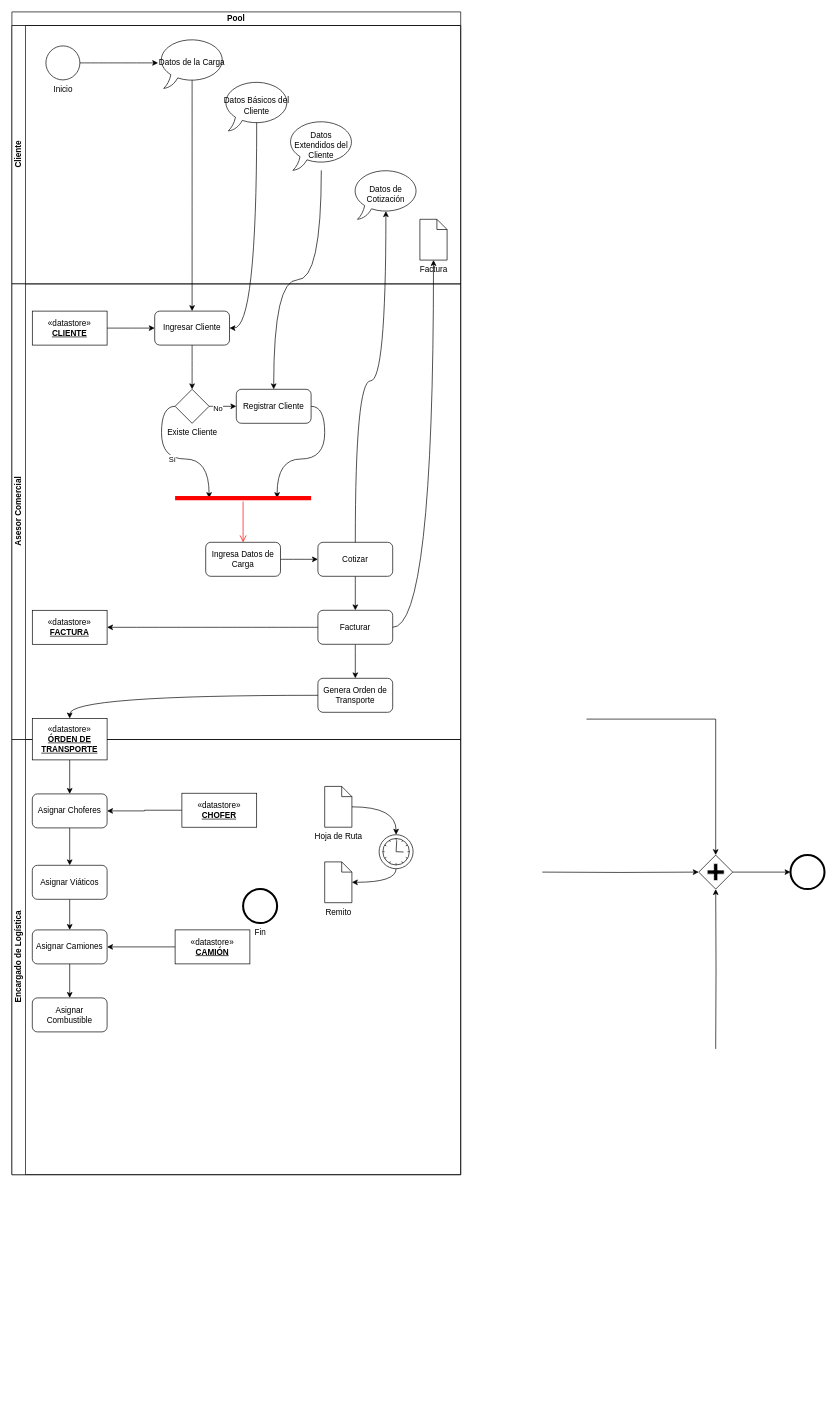
This is [MDS]/[Trabajo Final]/DrawIO/BPMN.drawio from zherar7ordoya/AP6, a draw.io file, before an edit. Source tidied: cells renumbered, new cells numbered last; positions are measured from the earlier drawing's top-left corner, leaving out a move shared by most shapes. Both pictures are drawn from the tidied source at 68%, with x=0, y=0 at pixel (12, 12).
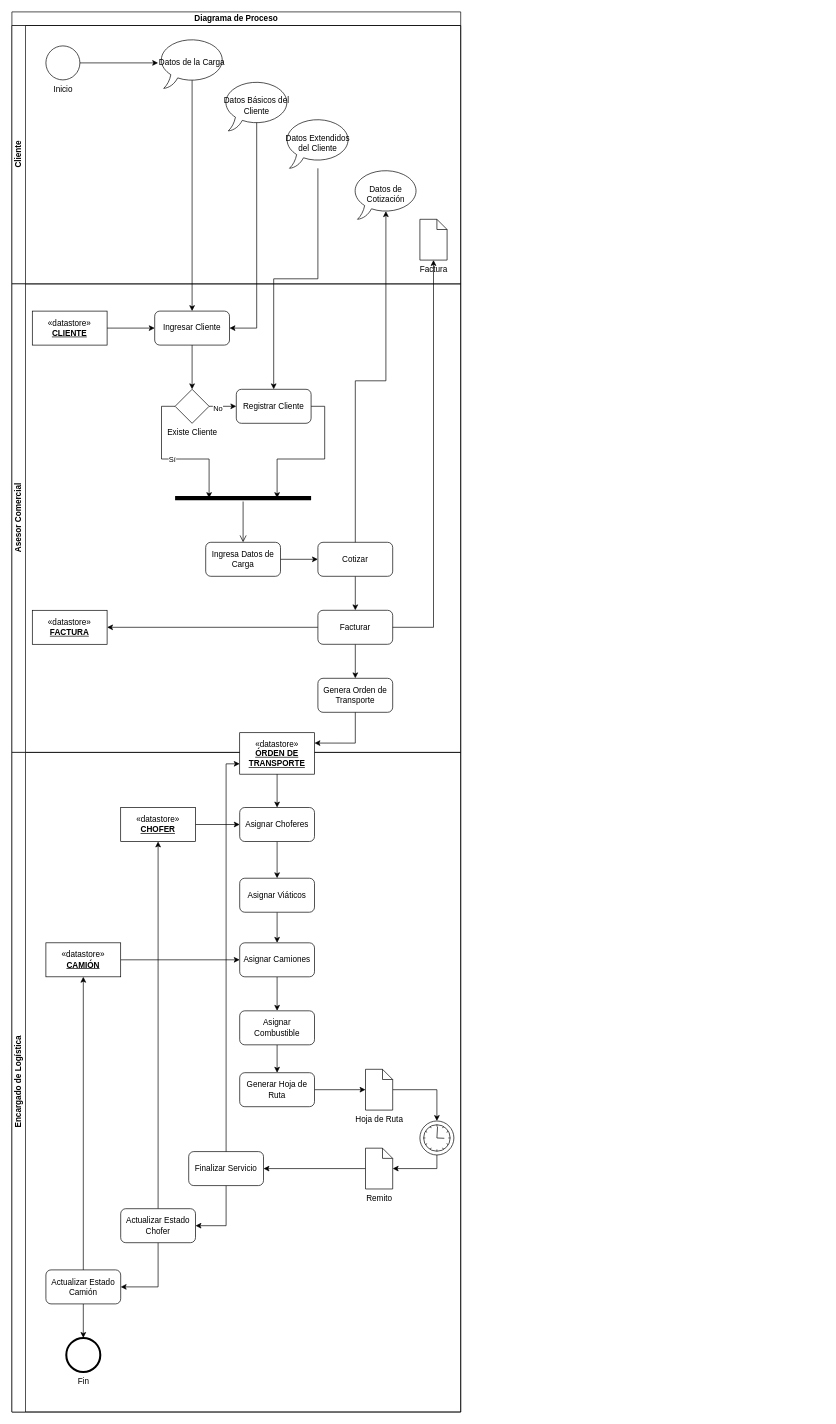
The same page after the edit.

Unchanged cells that the change refers to:
```xml
<mxCell id="9" value="Cliente" style="swimlane;html=1;startSize=20;horizontal=0;" parent="8" vertex="1">
  <mxGeometry y="20" width="660" height="380" as="geometry" />
</mxCell>
<mxCell id="11" value="Inicio" style="shape=mxgraph.bpmn.shape;html=1;verticalLabelPosition=bottom;labelBackgroundColor=#ffffff;verticalAlign=top;perimeter=ellipsePerimeter;outline=standard;symbol=general;" parent="9" vertex="1">
  <mxGeometry x="50" y="30" width="50" height="50" as="geometry" />
</mxCell>
<mxCell id="12" value="Datos de la Carga" style="whiteSpace=wrap;html=1;shape=mxgraph.basic.oval_callout;" parent="9" vertex="1">
  <mxGeometry x="215" y="17.5" width="100" height="75" as="geometry" />
</mxCell>
<mxCell id="14" value="Datos Básicos del Cliente" style="whiteSpace=wrap;html=1;shape=mxgraph.basic.oval_callout;" parent="9" vertex="1">
  <mxGeometry x="310" y="80" width="100" height="75" as="geometry" />
</mxCell>
<mxCell id="15" value="Factura" style="shape=mxgraph.bpmn.data;labelPosition=center;verticalLabelPosition=bottom;align=center;verticalAlign=top;size=15;html=1;" parent="9" vertex="1">
  <mxGeometry x="600" y="285" width="40" height="60" as="geometry" />
</mxCell>
<mxCell id="16" value="Datos de Cotización" style="whiteSpace=wrap;html=1;shape=mxgraph.basic.oval_callout;" parent="9" vertex="1">
  <mxGeometry x="500" y="210" width="100" height="75" as="geometry" />
</mxCell>
<mxCell id="19" value="«datastore»&lt;br&gt;&lt;b&gt;&lt;u&gt;CLIENTE&lt;/u&gt;&lt;/b&gt;" style="html=1;whiteSpace=wrap;" parent="17" vertex="1">
  <mxGeometry x="30" y="40" width="110" height="50" as="geometry" />
</mxCell>
<mxCell id="20" value="«datastore»&lt;br&gt;&lt;b&gt;&lt;u&gt;FACTURA&lt;/u&gt;&lt;/b&gt;" style="html=1;whiteSpace=wrap;" parent="17" vertex="1">
  <mxGeometry x="30" y="480" width="110" height="50" as="geometry" />
</mxCell>
<mxCell id="22" value="Ingresar Cliente" style="shape=ext;rounded=1;html=1;whiteSpace=wrap;" parent="17" vertex="1">
  <mxGeometry x="210" y="40" width="110" height="50" as="geometry" />
</mxCell>
<mxCell id="26" value="Existe Cliente" style="points=[[0.25,0.25,0],[0.5,0,0],[0.75,0.25,0],[1,0.5,0],[0.75,0.75,0],[0.5,1,0],[0.25,0.75,0],[0,0.5,0]];shape=mxgraph.bpmn.gateway2;html=1;verticalLabelPosition=bottom;labelBackgroundColor=#ffffff;verticalAlign=top;align=center;perimeter=rhombusPerimeter;outlineConnect=0;outline=none;symbol=none;horizontal=1;" parent="17" vertex="1">
  <mxGeometry x="240" y="155" width="50" height="50" as="geometry" />
</mxCell>
<mxCell id="28" value="Registrar Cliente" style="shape=ext;rounded=1;html=1;whiteSpace=wrap;" parent="17" vertex="1">
  <mxGeometry x="330" y="155" width="110" height="50" as="geometry" />
</mxCell>
<mxCell id="30" value="Ingresa Datos de Carga" style="shape=ext;rounded=1;html=1;whiteSpace=wrap;" parent="17" vertex="1">
  <mxGeometry x="285" y="380" width="110" height="50" as="geometry" />
</mxCell>
<mxCell id="32" value="Cotizar" style="shape=ext;rounded=1;html=1;whiteSpace=wrap;" parent="17" vertex="1">
  <mxGeometry x="450" y="380" width="110" height="50" as="geometry" />
</mxCell>
<mxCell id="35" value="Facturar" style="shape=ext;rounded=1;html=1;whiteSpace=wrap;" parent="17" vertex="1">
  <mxGeometry x="450" y="480" width="110" height="50" as="geometry" />
</mxCell>
<mxCell id="36" value="Genera Orden de Transporte" style="shape=ext;rounded=1;html=1;whiteSpace=wrap;" parent="17" vertex="1">
  <mxGeometry x="450" y="580" width="110" height="50" as="geometry" />
</mxCell>
```

Change to the diagram source:
```diff
@@
-    <mxCell id="2" style="shape=mxgraph.bpmn.shape;html=1;verticalLabelPosition=bottom;labelBackgroundColor=#ffffff;verticalAlign=top;perimeter=rhombusPerimeter;background=gateway;outline=none;symbol=parallelGw;" parent="1" vertex="1">
-      <mxGeometry x="1010" y="1240" width="50" height="50" as="geometry" />
-    </mxCell>
-    <mxCell id="3" style="shape=mxgraph.bpmn.shape;html=1;verticalLabelPosition=bottom;labelBackgroundColor=#ffffff;verticalAlign=top;perimeter=ellipsePerimeter;outline=end;symbol=general;" parent="1" vertex="1">
-      <mxGeometry x="1145" y="1240" width="50" height="50" as="geometry" />
-    </mxCell>
-    <mxCell id="4" style="edgeStyle=orthogonalEdgeStyle;rounded=0;html=1;jettySize=auto;" parent="1" edge="1" target="2">
-      <mxGeometry relative="1" as="geometry">
-        <mxPoint x="845" y="1040" as="sourcePoint" />
-        <Array as="points">
-          <mxPoint x="1035" y="1040" />
-        </Array>
-      </mxGeometry>
-    </mxCell>
-    <mxCell id="5" style="edgeStyle=orthogonalEdgeStyle;rounded=0;html=1;jettySize=auto;" parent="1" edge="1" target="2">
-      <mxGeometry relative="1" as="geometry">
-        <mxPoint x="780" y="1265" as="sourcePoint" />
-      </mxGeometry>
-    </mxCell>
-    <mxCell id="6" style="edgeStyle=orthogonalEdgeStyle;rounded=0;html=1;jettySize=auto;" parent="1" edge="1" target="2">
-      <mxGeometry relative="1" as="geometry">
-        <mxPoint x="1035" y="1525" as="sourcePoint" />
-      </mxGeometry>
-    </mxCell>
-    <mxCell id="7" style="edgeStyle=orthogonalEdgeStyle;rounded=0;html=1;jettySize=auto;" parent="1" edge="1" source="2" target="3">
-      <mxGeometry relative="1" as="geometry" />
-    </mxCell>
-    <mxCell id="8" value="Pool" style="swimlane;html=1;horizontal=1;startSize=20;whiteSpace=wrap;" parent="1" vertex="1">
-      <mxGeometry width="660" height="1710" as="geometry" />
+    <mxCell id="8" value="Diagrama de Proceso" style="swimlane;html=1;horizontal=1;startSize=20;whiteSpace=wrap;" parent="1" vertex="1">
+      <mxGeometry width="660" height="2059" as="geometry" />
     </mxCell>
@@
-    <mxCell id="10" style="rounded=0;jettySize=auto;html=1;elbow=vertical;edgeStyle=orthogonalEdgeStyle;curved=1;" parent="9" edge="1" source="11" target="12">
+    <mxCell id="10" style="rounded=0;jettySize=auto;html=1;elbow=vertical;edgeStyle=orthogonalEdgeStyle;" parent="9" edge="1" source="11" target="12">
       <mxGeometry relative="1" as="geometry" />
     </mxCell>
@@
-    <mxCell id="13" value="Datos&lt;br&gt;Extendidos del Cliente" style="whiteSpace=wrap;html=1;shape=mxgraph.basic.oval_callout;" parent="9" vertex="1">
-      <mxGeometry x="405" y="138" width="100" height="75" as="geometry" />
-    </mxCell>
@@
+    <mxCell id="13" value="Datos Extendidos del Cliente" style="whiteSpace=wrap;html=1;shape=mxgraph.basic.oval_callout;" parent="9" vertex="1">
+      <mxGeometry x="400" y="135" width="100" height="75" as="geometry" />
+    </mxCell>
     <mxCell id="17" value="Asesor Comercial" style="swimlane;html=1;startSize=20;horizontal=0;" parent="8" vertex="1">
-      <mxGeometry y="400" width="660" height="670" as="geometry" />
+      <mxGeometry y="400" width="660" height="689" as="geometry" />
     </mxCell>
-    <mxCell id="18" style="edgeStyle=orthogonalEdgeStyle;rounded=0;jettySize=auto;html=1;curved=1;" parent="17" edge="1" source="19" target="22">
+    <mxCell id="18" style="edgeStyle=orthogonalEdgeStyle;rounded=0;jettySize=auto;html=1;" parent="17" edge="1" source="19" target="22">
       <mxGeometry relative="1" as="geometry" />
     </mxCell>
@@
-    <mxCell id="21" style="edgeStyle=orthogonalEdgeStyle;rounded=0;jettySize=auto;html=1;curved=1;" parent="17" edge="1" source="22" target="26">
+    <mxCell id="21" style="edgeStyle=orthogonalEdgeStyle;rounded=0;jettySize=auto;html=1;" parent="17" edge="1" source="22" target="26">
       <mxGeometry relative="1" as="geometry" />
     </mxCell>
@@
-    <mxCell id="23" style="edgeStyle=orthogonalEdgeStyle;rounded=0;jettySize=auto;html=1;curved=1;" parent="17" edge="1" source="26" target="28">
+    <mxCell id="23" style="edgeStyle=orthogonalEdgeStyle;rounded=0;jettySize=auto;html=1;" parent="17" edge="1" source="26" target="28">
       <mxGeometry relative="1" as="geometry" />
     </mxCell>
@@
-    <mxCell id="25" value="Sí" style="edgeStyle=orthogonalEdgeStyle;rounded=0;jettySize=auto;html=1;curved=1;entryX=0.25;entryY=0.5;entryDx=0;entryDy=0;entryPerimeter=0;exitX=0;exitY=0.5;exitDx=0;exitDy=0;exitPerimeter=0;" parent="17" edge="1" source="26" target="37">
+    <mxCell id="25" value="Sí" style="edgeStyle=orthogonalEdgeStyle;rounded=0;jettySize=auto;html=1;entryX=0.25;entryY=0.5;entryDx=0;entryDy=0;entryPerimeter=0;exitX=0;exitY=0.5;exitDx=0;exitDy=0;exitPerimeter=0;" parent="17" edge="1" source="26" target="37">
       <mxGeometry relative="1" as="geometry" />
     </mxCell>
@@
-    <mxCell id="27" style="edgeStyle=orthogonalEdgeStyle;rounded=0;jettySize=auto;html=1;entryX=0.75;entryY=0.5;entryDx=0;entryDy=0;entryPerimeter=0;curved=1;exitX=1;exitY=0.5;exitDx=0;exitDy=0;" parent="17" edge="1" source="28" target="37">
+    <mxCell id="27" style="edgeStyle=orthogonalEdgeStyle;rounded=0;jettySize=auto;html=1;entryX=0.75;entryY=0.5;entryDx=0;entryDy=0;entryPerimeter=0;exitX=1;exitY=0.5;exitDx=0;exitDy=0;" parent="17" edge="1" source="28" target="37">
       <mxGeometry relative="1" as="geometry" />
     </mxCell>
@@
-    <mxCell id="29" style="edgeStyle=orthogonalEdgeStyle;rounded=0;jettySize=auto;html=1;curved=1;" parent="17" edge="1" source="30" target="32">
+    <mxCell id="29" style="edgeStyle=orthogonalEdgeStyle;rounded=0;jettySize=auto;html=1;" parent="17" edge="1" source="30" target="32">
       <mxGeometry relative="1" as="geometry" />
     </mxCell>
@@
-    <mxCell id="31" style="edgeStyle=orthogonalEdgeStyle;rounded=0;jettySize=auto;html=1;curved=1;" parent="17" edge="1" source="32" target="35">
+    <mxCell id="31" style="edgeStyle=orthogonalEdgeStyle;rounded=0;jettySize=auto;html=1;" parent="17" edge="1" source="32" target="35">
       <mxGeometry relative="1" as="geometry" />
     </mxCell>
@@
-    <mxCell id="33" style="edgeStyle=orthogonalEdgeStyle;rounded=0;jettySize=auto;html=1;curved=1;" parent="17" edge="1" source="35" target="20">
+    <mxCell id="33" style="edgeStyle=orthogonalEdgeStyle;rounded=0;jettySize=auto;html=1;" parent="17" edge="1" source="35" target="20">
       <mxGeometry relative="1" as="geometry" />
     </mxCell>
-    <mxCell id="34" style="edgeStyle=orthogonalEdgeStyle;rounded=0;jettySize=auto;html=1;curved=1;" parent="17" edge="1" source="35" target="36">
+    <mxCell id="34" style="edgeStyle=orthogonalEdgeStyle;rounded=0;jettySize=auto;html=1;" parent="17" edge="1" source="35" target="36">
       <mxGeometry relative="1" as="geometry" />
     </mxCell>
@@
-    <mxCell id="37" style="shape=line;html=1;strokeWidth=6;strokeColor=#ff0000;" parent="17" vertex="1">
+    <mxCell id="37" style="shape=line;html=1;strokeWidth=6;strokeColor=#000000;" parent="17" vertex="1">
       <mxGeometry x="240" y="310" width="200" height="10" as="geometry" />
     </mxCell>
-    <mxCell id="38" style="edgeStyle=orthogonalEdgeStyle;html=1;verticalAlign=bottom;endArrow=open;endSize=8;strokeColor=#ff0000;rounded=0;curved=1;entryX=0.5;entryY=0;entryDx=0;entryDy=0;" parent="17" edge="1" source="37" target="30">
+    <mxCell id="38" style="edgeStyle=orthogonalEdgeStyle;html=1;verticalAlign=bottom;endArrow=open;endSize=8;strokeColor=#000000;rounded=0;entryX=0.5;entryY=0;entryDx=0;entryDy=0;" parent="17" edge="1" source="37" target="30">
       <mxGeometry relative="1" as="geometry" />
     </mxCell>
+    <mxCell id="59" style="edgeStyle=orthogonalEdgeStyle;rounded=0;jettySize=auto;html=1;exitX=0.5;exitY=0.84;exitDx=0;exitDy=0;exitPerimeter=0;" parent="8" edge="1" source="12" target="22">
+      <mxGeometry relative="1" as="geometry" />
+    </mxCell>
+    <mxCell id="61" style="edgeStyle=orthogonalEdgeStyle;rounded=0;jettySize=auto;html=1;exitX=0.5;exitY=0;exitDx=0;exitDy=0;entryX=0.5;entryY=0.84;entryDx=0;entryDy=0;entryPerimeter=0;" parent="8" edge="1" source="32" target="16">
+      <mxGeometry relative="1" as="geometry" />
+    </mxCell>
+    <mxCell id="62" style="edgeStyle=orthogonalEdgeStyle;rounded=0;jettySize=auto;html=1;entryX=1;entryY=0.5;entryDx=0;entryDy=0;exitX=0.5;exitY=0.84;exitDx=0;exitDy=0;exitPerimeter=0;" parent="8" edge="1" source="14" target="22">
+      <mxGeometry relative="1" as="geometry" />
+    </mxCell>
+    <mxCell id="63" style="edgeStyle=orthogonalEdgeStyle;rounded=0;jettySize=auto;html=1;entryX=0.5;entryY=1;entryDx=0;entryDy=0;entryPerimeter=0;" parent="8" edge="1" source="35" target="15">
+      <mxGeometry relative="1" as="geometry" />
+    </mxCell>
+    <mxCell id="64" style="edgeStyle=orthogonalEdgeStyle;rounded=0;jettySize=auto;html=1;entryX=1;entryY=0.25;entryDx=0;entryDy=0;exitX=0.5;exitY=1;exitDx=0;exitDy=0;" parent="8" edge="1" source="36" target="48">
+      <mxGeometry relative="1" as="geometry" />
+    </mxCell>
     <mxCell id="39" value="Encargado de Logística" style="swimlane;html=1;startSize=20;horizontal=0;" parent="8" vertex="1">
-      <mxGeometry y="1070" width="660" height="640" as="geometry" />
+      <mxGeometry y="1089" width="660" height="970" as="geometry" />
     </mxCell>
@@
     <mxCell id="41" value="«datastore»&lt;br&gt;&lt;b&gt;&lt;u&gt;CHOFER&lt;/u&gt;&lt;/b&gt;" style="html=1;whiteSpace=wrap;" parent="39" vertex="1">
-      <mxGeometry x="250" y="79" width="110" height="50" as="geometry" />
+      <mxGeometry x="160" y="81" width="110" height="50" as="geometry" />
     </mxCell>
@@
     <mxCell id="43" value="«datastore»&lt;br&gt;&lt;b&gt;&lt;u&gt;CAMIÓN&lt;/u&gt;&lt;/b&gt;" style="html=1;whiteSpace=wrap;" parent="39" vertex="1">
-      <mxGeometry x="240" y="280" width="110" height="50" as="geometry" />
+      <mxGeometry x="50" y="280" width="110" height="50" as="geometry" />
     </mxCell>
+    <mxCell id="65" style="edgeStyle=orthogonalEdgeStyle;rounded=0;jettySize=auto;html=1;entryX=1;entryY=0.5;entryDx=0;entryDy=0;" parent="39" edge="1" source="44" target="70">
+      <mxGeometry relative="1" as="geometry" />
+    </mxCell>
     <mxCell id="44" value="Remito" style="shape=mxgraph.bpmn.data;labelPosition=center;verticalLabelPosition=bottom;align=center;verticalAlign=top;size=15;html=1;" parent="39" vertex="1">
-      <mxGeometry x="460" y="180" width="40" height="60" as="geometry" />
+      <mxGeometry x="520" y="582" width="40" height="60" as="geometry" />
     </mxCell>
-    <mxCell id="45" style="edgeStyle=orthogonalEdgeStyle;rounded=0;jettySize=auto;html=1;entryX=0.5;entryY=0;entryDx=0;entryDy=0;entryPerimeter=0;curved=1;" parent="39" edge="1" source="46" target="50">
+    <mxCell id="45" style="edgeStyle=orthogonalEdgeStyle;rounded=0;jettySize=auto;html=1;entryX=0.5;entryY=0;entryDx=0;entryDy=0;entryPerimeter=0;" parent="39" edge="1" source="46" target="50">
       <mxGeometry relative="1" as="geometry" />
     </mxCell>
     <mxCell id="46" value="Hoja de Ruta" style="shape=mxgraph.bpmn.data;labelPosition=center;verticalLabelPosition=bottom;align=center;verticalAlign=top;size=15;html=1;" parent="39" vertex="1">
-      <mxGeometry x="460" y="69" width="40" height="60" as="geometry" />
+      <mxGeometry x="520" y="466" width="40" height="60" as="geometry" />
     </mxCell>
-    <mxCell id="47" style="edgeStyle=orthogonalEdgeStyle;rounded=0;jettySize=auto;html=1;" parent="39" edge="1" source="48" target="53">
-      <mxGeometry relative="1" as="geometry" />
-    </mxCell>
-    <mxCell id="48" value="«datastore»&lt;br&gt;&lt;b&gt;&lt;u&gt;ÓRDEN DE TRANSPORTE&lt;/u&gt;&lt;/b&gt;" style="html=1;whiteSpace=wrap;" parent="39" vertex="1">
-      <mxGeometry x="30" y="-31" width="110" height="61" as="geometry" />
-    </mxCell>
-    <mxCell id="49" style="edgeStyle=orthogonalEdgeStyle;rounded=0;jettySize=auto;html=1;curved=1;exitX=0.5;exitY=1;exitDx=0;exitDy=0;exitPerimeter=0;" parent="39" edge="1" source="50" target="44">
+    <mxCell id="49" style="edgeStyle=orthogonalEdgeStyle;rounded=0;jettySize=auto;html=1;exitX=0.5;exitY=1;exitDx=0;exitDy=0;exitPerimeter=0;" parent="39" edge="1" source="50" target="44">
       <mxGeometry relative="1" as="geometry" />
     </mxCell>
     <mxCell id="50" style="points=[[0.145,0.145,0],[0.5,0,0],[0.855,0.145,0],[1,0.5,0],[0.855,0.855,0],[0.5,1,0],[0.145,0.855,0],[0,0.5,0]];shape=mxgraph.bpmn.event;html=1;verticalLabelPosition=bottom;labelBackgroundColor=#ffffff;verticalAlign=top;align=center;perimeter=ellipsePerimeter;outlineConnect=0;outline=standard;symbol=timer;" parent="39" vertex="1">
-      <mxGeometry x="540" y="140" width="50" height="50" as="geometry" />
+      <mxGeometry x="600" y="542" width="50" height="50" as="geometry" />
     </mxCell>
     <mxCell id="51" value="Fin" style="shape=mxgraph.bpmn.shape;html=1;verticalLabelPosition=bottom;labelBackgroundColor=#ffffff;verticalAlign=top;perimeter=ellipsePerimeter;outline=end;symbol=general;" parent="39" vertex="1">
-      <mxGeometry x="340" y="220" width="50" height="50" as="geometry" />
+      <mxGeometry x="80" y="861" width="50" height="50" as="geometry" />
     </mxCell>
@@
     <mxCell id="53" value="Asignar Choferes" style="shape=ext;rounded=1;html=1;whiteSpace=wrap;" parent="39" vertex="1">
-      <mxGeometry x="30" y="80" width="110" height="50" as="geometry" />
+      <mxGeometry x="335" y="81" width="110" height="50" as="geometry" />
     </mxCell>
@@
     <mxCell id="55" value="Asignar Viáticos" style="shape=ext;rounded=1;html=1;whiteSpace=wrap;" parent="39" vertex="1">
-      <mxGeometry x="30" y="185" width="110" height="50" as="geometry" />
+      <mxGeometry x="335" y="185" width="110" height="50" as="geometry" />
     </mxCell>
@@
     <mxCell id="57" value="Asignar Camiones" style="shape=ext;rounded=1;html=1;whiteSpace=wrap;" parent="39" vertex="1">
-      <mxGeometry x="30" y="280" width="110" height="50" as="geometry" />
+      <mxGeometry x="335" y="280" width="110" height="50" as="geometry" />
     </mxCell>
+    <mxCell id="66" style="edgeStyle=orthogonalEdgeStyle;rounded=0;jettySize=auto;html=1;" parent="39" edge="1" source="58" target="68">
+      <mxGeometry relative="1" as="geometry" />
+    </mxCell>
     <mxCell id="58" value="Asignar Combustible" style="shape=ext;rounded=1;html=1;whiteSpace=wrap;" parent="39" vertex="1">
-      <mxGeometry x="30" y="380" width="110" height="50" as="geometry" />
+      <mxGeometry x="335" y="380" width="110" height="50" as="geometry" />
     </mxCell>
-    <mxCell id="59" style="edgeStyle=orthogonalEdgeStyle;rounded=0;jettySize=auto;html=1;curved=1;exitX=0.5;exitY=0.84;exitDx=0;exitDy=0;exitPerimeter=0;" parent="8" edge="1" source="12" target="22">
-      <mxGeometry relative="1" as="geometry" />
-    </mxCell>
+    <mxCell id="67" style="edgeStyle=orthogonalEdgeStyle;rounded=0;jettySize=auto;html=1;entryX=0;entryY=0.5;entryDx=0;entryDy=0;entryPerimeter=0;" parent="39" edge="1" source="68" target="46">
+      <mxGeometry relative="1" as="geometry" />
+    </mxCell>
+    <mxCell id="68" value="Generar Hoja de Ruta" style="shape=ext;rounded=1;html=1;whiteSpace=wrap;" parent="39" vertex="1">
+      <mxGeometry x="335" y="471" width="110" height="50" as="geometry" />
+    </mxCell>
+    <mxCell id="69" style="edgeStyle=orthogonalEdgeStyle;rounded=0;jettySize=auto;html=1;entryX=1;entryY=0.5;entryDx=0;entryDy=0;" parent="39" edge="1" source="70" target="73">
+      <mxGeometry relative="1" as="geometry" />
+    </mxCell>
+    <mxCell id="70" value="Finalizar Servicio" style="shape=ext;rounded=1;html=1;whiteSpace=wrap;" parent="39" vertex="1">
+      <mxGeometry x="260" y="587" width="110" height="50" as="geometry" />
+    </mxCell>
+    <mxCell id="71" style="edgeStyle=orthogonalEdgeStyle;rounded=0;jettySize=auto;html=1;entryX=1;entryY=0.5;entryDx=0;entryDy=0;" parent="39" edge="1" source="73" target="76">
+      <mxGeometry relative="1" as="geometry" />
+    </mxCell>
+    <mxCell id="72" style="edgeStyle=orthogonalEdgeStyle;rounded=0;jettySize=auto;html=1;entryX=0.5;entryY=1;entryDx=0;entryDy=0;" parent="39" edge="1" source="73" target="41">
+      <mxGeometry relative="1" as="geometry" />
+    </mxCell>
+    <mxCell id="73" value="Actualizar Estado Chofer" style="shape=ext;rounded=1;html=1;whiteSpace=wrap;" parent="39" vertex="1">
+      <mxGeometry x="160" y="671" width="110" height="50" as="geometry" />
+    </mxCell>
+    <mxCell id="74" style="edgeStyle=orthogonalEdgeStyle;rounded=0;jettySize=auto;html=1;" parent="39" edge="1" source="76" target="51">
+      <mxGeometry relative="1" as="geometry" />
+    </mxCell>
+    <mxCell id="75" style="edgeStyle=orthogonalEdgeStyle;rounded=0;jettySize=auto;html=1;entryX=0.5;entryY=1;entryDx=0;entryDy=0;" parent="39" edge="1" source="76" target="43">
+      <mxGeometry relative="1" as="geometry" />
+    </mxCell>
+    <mxCell id="76" value="Actualizar Estado Camión" style="shape=ext;rounded=1;html=1;whiteSpace=wrap;" parent="39" vertex="1">
+      <mxGeometry x="50" y="761" width="110" height="50" as="geometry" />
+    </mxCell>
+    <mxCell id="48" value="«datastore»&lt;br&gt;&lt;b&gt;&lt;u&gt;ÓRDEN DE TRANSPORTE&lt;/u&gt;&lt;/b&gt;" style="html=1;whiteSpace=wrap;" parent="39" vertex="1">
+      <mxGeometry x="335" y="-29" width="110" height="61" as="geometry" />
+    </mxCell>
+    <mxCell id="47" style="edgeStyle=orthogonalEdgeStyle;rounded=0;jettySize=auto;html=1;" parent="39" edge="1" source="48" target="53">
+      <mxGeometry relative="1" as="geometry" />
+    </mxCell>
+    <mxCell id="77" style="edgeStyle=orthogonalEdgeStyle;rounded=0;jettySize=auto;html=1;entryX=0;entryY=0.75;entryDx=0;entryDy=0;" parent="39" edge="1" source="70" target="48">
+      <mxGeometry relative="1" as="geometry" />
+    </mxCell>
-    <mxCell id="60" style="edgeStyle=orthogonalEdgeStyle;rounded=0;jettySize=auto;html=1;curved=1;" parent="8" edge="1" source="13" target="28">
+    <mxCell id="60" style="edgeStyle=orthogonalEdgeStyle;rounded=0;jettySize=auto;html=1;" parent="8" edge="1" source="13" target="28">
       <mxGeometry relative="1" as="geometry" />
     </mxCell>
-    <mxCell id="61" style="edgeStyle=orthogonalEdgeStyle;rounded=0;jettySize=auto;html=1;curved=1;exitX=0.5;exitY=0;exitDx=0;exitDy=0;entryX=0.5;entryY=0.84;entryDx=0;entryDy=0;entryPerimeter=0;" parent="8" edge="1" source="32" target="16">
-      <mxGeometry relative="1" as="geometry" />
-    </mxCell>
-    <mxCell id="62" style="edgeStyle=orthogonalEdgeStyle;rounded=0;jettySize=auto;html=1;entryX=1;entryY=0.5;entryDx=0;entryDy=0;curved=1;exitX=0.5;exitY=0.84;exitDx=0;exitDy=0;exitPerimeter=0;" parent="8" edge="1" source="14" target="22">
-      <mxGeometry relative="1" as="geometry" />
-    </mxCell>
-    <mxCell id="63" style="edgeStyle=orthogonalEdgeStyle;rounded=0;jettySize=auto;html=1;entryX=0.5;entryY=1;entryDx=0;entryDy=0;entryPerimeter=0;curved=1;" parent="8" edge="1" source="35" target="15">
-      <mxGeometry relative="1" as="geometry" />
-    </mxCell>
-    <mxCell id="64" style="edgeStyle=orthogonalEdgeStyle;rounded=0;jettySize=auto;html=1;curved=1;" parent="8" edge="1" source="36" target="48">
-      <mxGeometry relative="1" as="geometry" />
-    </mxCell>
```
